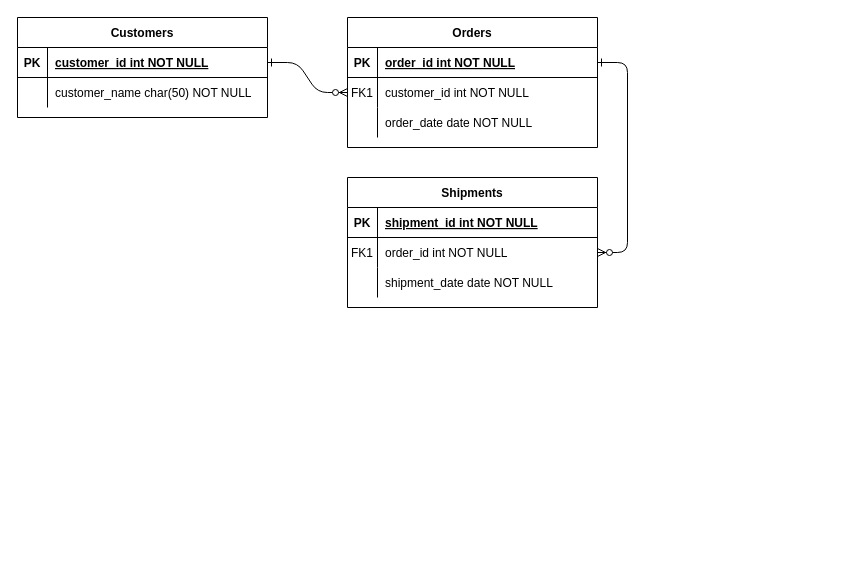
The draw.io diagram Untitled Diagram.drawio in rampatra/Algorithms-and-Data-Structures-in-Java, before the edit. Source tidied: cells renumbered, new cells numbered last; positions are measured from the earlier drawing's top-left corner, leaving out a move shared by most shapes. Both pictures are drawn from the tidied source at 100%, with x=0, y=0 at pixel (17, 17).
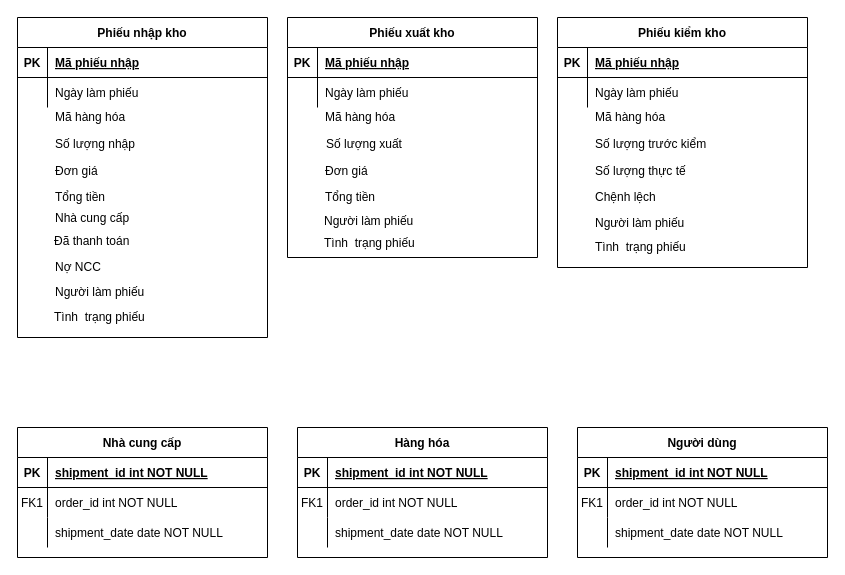
The same diagram, later.

Unchanged cells that the change refers to:
```xml
<mxCell id="18" style="shape=partialRectangle;fillColor=none;points=[[0,0.5],[1,0.5]];portConstraint=eastwest;top=0;left=0;right=0;bottom=0;" parent="14" vertex="1">
  <mxGeometry y="60" width="250" height="30" as="geometry" />
</mxCell>
<mxCell id="25" style="shape=partialRectangle;fillColor=none;points=[[0,0.5],[1,0.5]];portConstraint=eastwest;top=0;left=0;right=0;bottom=1;" parent="24" vertex="1">
  <mxGeometry y="30" width="250" height="30" as="geometry" />
</mxCell>
<mxCell id="28" style="shape=partialRectangle;fillColor=none;top=0;left=0;right=0;bottom=0;" parent="24" vertex="1">
  <mxGeometry y="60" width="250" height="30" as="geometry" />
</mxCell>
```

What changed in the source:
```diff
@@
-    <mxCell id="2" style="edgeStyle=entityRelationEdgeStyle;endArrow=ERzeroToMany;startArrow=ERone;endFill=1;startFill=0;" parent="1" edge="1" source="25" target="8">
-      <mxGeometry relative="1" as="geometry" />
-    </mxCell>
-    <mxCell id="3" style="edgeStyle=entityRelationEdgeStyle;endArrow=ERzeroToMany;startArrow=ERone;endFill=1;startFill=0;" parent="1" edge="1" source="5" target="18">
-      <mxGeometry relative="1" as="geometry" />
-    </mxCell>
-    <mxCell id="4" value="Orders" style="shape=table;startSize=30;childLayout=tableLayout;rowLines=0;fontStyle=1;align=center;" parent="1" vertex="1">
-      <mxGeometry x="330" width="250" height="130" as="geometry" />
-    </mxCell>
-    <mxCell id="5" style="shape=partialRectangle;fillColor=none;points=[[0,0.5],[1,0.5]];portConstraint=eastwest;top=0;left=0;right=0;bottom=1;" parent="4" vertex="1">
-      <mxGeometry y="30" width="250" height="30" as="geometry" />
-    </mxCell>
-    <mxCell id="6" value="PK" style="shape=partialRectangle;overflow=hidden;fillColor=none;top=0;left=0;bottom=0;right=0;fontStyle=1;" parent="5" vertex="1">
-      <mxGeometry width="30" height="30" as="geometry" />
-    </mxCell>
-    <mxCell id="7" value="order_id int NOT NULL " style="shape=partialRectangle;overflow=hidden;fillColor=none;top=0;left=0;bottom=0;right=0;align=left;spacingLeft=6;fontStyle=5;" parent="5" vertex="1">
-      <mxGeometry x="30" width="220" height="30" as="geometry" />
-    </mxCell>
-    <mxCell id="8" style="shape=partialRectangle;fillColor=none;points=[[0,0.5],[1,0.5]];portConstraint=eastwest;top=0;left=0;right=0;bottom=0;" parent="4" vertex="1">
-      <mxGeometry y="60" width="250" height="30" as="geometry" />
-    </mxCell>
-    <mxCell id="9" value="FK1" style="shape=partialRectangle;overflow=hidden;fillColor=none;top=0;left=0;bottom=0;right=0;" parent="8" vertex="1">
-      <mxGeometry width="30" height="30" as="geometry" />
-    </mxCell>
-    <mxCell id="10" value="customer_id int NOT NULL" style="shape=partialRectangle;overflow=hidden;fillColor=none;top=0;left=0;bottom=0;right=0;align=left;spacingLeft=6;" parent="8" vertex="1">
-      <mxGeometry x="30" width="220" height="30" as="geometry" />
-    </mxCell>
-    <mxCell id="11" style="shape=partialRectangle;fillColor=none;top=0;left=0;right=0;bottom=0;" parent="4" vertex="1">
-      <mxGeometry y="90" width="250" height="30" as="geometry" />
-    </mxCell>
-    <mxCell id="12" style="shape=partialRectangle;overflow=hidden;fillColor=none;top=0;left=0;bottom=0;right=0;" parent="11" vertex="1">
-      <mxGeometry width="30" height="30" as="geometry" />
-    </mxCell>
-    <mxCell id="13" value="order_date date NOT NULL" style="shape=partialRectangle;overflow=hidden;fillColor=none;top=0;left=0;bottom=0;right=0;align=left;spacingLeft=6;" parent="11" vertex="1">
-      <mxGeometry x="30" width="220" height="30" as="geometry" />
-    </mxCell>
-    <mxCell id="14" value="Shipments" style="shape=table;startSize=30;childLayout=tableLayout;rowLines=0;fontStyle=1;align=center;" parent="1" vertex="1">
-      <mxGeometry x="330" y="160" width="250" height="130" as="geometry" />
+    <mxCell id="14" value="Nhà cung cấp" style="shape=table;startSize=30;childLayout=tableLayout;rowLines=0;fontStyle=1;align=center;" parent="1" vertex="1">
+      <mxGeometry y="410" width="250" height="130" as="geometry" />
     </mxCell>
@@
-    <mxCell id="24" value="Customers" style="shape=table;startSize=30;childLayout=tableLayout;rowLines=0;fontStyle=1;align=center;" parent="1" vertex="1">
-      <mxGeometry width="250" height="100" as="geometry" />
+    <mxCell id="24" value="Phiếu nhập kho" style="shape=table;startSize=30;childLayout=tableLayout;rowLines=0;fontStyle=1;align=center;" parent="1" vertex="1">
+      <mxGeometry width="250" height="320" as="geometry" />
     </mxCell>
@@
-    <mxCell id="27" value="customer_id int NOT NULL " style="shape=partialRectangle;overflow=hidden;fillColor=none;top=0;left=0;bottom=0;right=0;align=left;spacingLeft=6;fontStyle=5;" parent="25" vertex="1">
+    <mxCell id="27" value="Mã phiếu nhập" style="shape=partialRectangle;overflow=hidden;fillColor=none;top=0;left=0;bottom=0;right=0;align=left;spacingLeft=6;fontStyle=5;" parent="25" vertex="1">
       <mxGeometry x="30" width="220" height="30" as="geometry" />
     </mxCell>
@@
-    <mxCell id="30" value="customer_name char(50) NOT NULL" style="shape=partialRectangle;overflow=hidden;fillColor=none;top=0;left=0;bottom=0;right=0;align=left;spacingLeft=6;" parent="28" vertex="1">
+    <mxCell id="30" value="Ngày làm phiếu" style="shape=partialRectangle;overflow=hidden;fillColor=none;top=0;left=0;bottom=0;right=0;align=left;spacingLeft=6;" parent="28" vertex="1">
       <mxGeometry x="30" width="220" height="30" as="geometry" />
     </mxCell>
+    <mxCell id="31" value="Mã hàng hóa" style="text;html=1;strokeColor=none;fillColor=none;align=left;verticalAlign=middle;whiteSpace=wrap;rounded=0;" parent="1" vertex="1">
+      <mxGeometry x="36" y="90" width="160" height="20" as="geometry" />
+    </mxCell>
+    <mxCell id="32" value="Số lượng nhập" style="text;html=1;strokeColor=none;fillColor=none;align=left;verticalAlign=middle;whiteSpace=wrap;rounded=0;" parent="1" vertex="1">
+      <mxGeometry x="36" y="117" width="160" height="20" as="geometry" />
+    </mxCell>
+    <mxCell id="33" value="Đơn giá" style="text;html=1;strokeColor=none;fillColor=none;align=left;verticalAlign=middle;whiteSpace=wrap;rounded=0;" parent="1" vertex="1">
+      <mxGeometry x="36" y="144" width="160" height="20" as="geometry" />
+    </mxCell>
+    <mxCell id="34" value="Tổng tiền" style="text;html=1;strokeColor=none;fillColor=none;align=left;verticalAlign=middle;whiteSpace=wrap;rounded=0;" parent="1" vertex="1">
+      <mxGeometry x="36" y="170" width="160" height="20" as="geometry" />
+    </mxCell>
+    <mxCell id="35" value="Nhà cung cấp" style="text;html=1;strokeColor=none;fillColor=none;align=left;verticalAlign=middle;whiteSpace=wrap;rounded=0;" parent="1" vertex="1">
+      <mxGeometry x="36" y="191" width="160" height="20" as="geometry" />
+    </mxCell>
+    <mxCell id="36" value="Đã thanh toán" style="text;html=1;strokeColor=none;fillColor=none;align=left;verticalAlign=middle;whiteSpace=wrap;rounded=0;" parent="1" vertex="1">
+      <mxGeometry x="35" y="214" width="125" height="20" as="geometry" />
+    </mxCell>
+    <mxCell id="37" value="Nợ NCC" style="text;html=1;strokeColor=none;fillColor=none;align=left;verticalAlign=middle;whiteSpace=wrap;rounded=0;" parent="1" vertex="1">
+      <mxGeometry x="36" y="240" width="114" height="20" as="geometry" />
+    </mxCell>
+    <mxCell id="38" value="Người làm phiếu" style="text;html=1;strokeColor=none;fillColor=none;align=left;verticalAlign=middle;whiteSpace=wrap;rounded=0;" parent="1" vertex="1">
+      <mxGeometry x="36" y="265" width="134" height="20" as="geometry" />
+    </mxCell>
+    <mxCell id="39" value="Phiếu xuất kho" style="shape=table;startSize=30;childLayout=tableLayout;rowLines=0;fontStyle=1;align=center;" parent="1" vertex="1">
+      <mxGeometry x="270" width="250" height="240" as="geometry" />
+    </mxCell>
+    <mxCell id="40" style="shape=partialRectangle;fillColor=none;top=0;left=0;right=0;bottom=1;" parent="39" vertex="1">
+      <mxGeometry y="30" width="250" height="30" as="geometry" />
+    </mxCell>
+    <mxCell id="41" value="PK" style="shape=partialRectangle;overflow=hidden;fillColor=none;top=0;left=0;bottom=0;right=0;fontStyle=1;" parent="40" vertex="1">
+      <mxGeometry width="30" height="30" as="geometry" />
+    </mxCell>
+    <mxCell id="42" value="Mã phiếu nhập" style="shape=partialRectangle;overflow=hidden;fillColor=none;top=0;left=0;bottom=0;right=0;align=left;spacingLeft=6;fontStyle=5;" parent="40" vertex="1">
+      <mxGeometry x="30" width="220" height="30" as="geometry" />
+    </mxCell>
+    <mxCell id="43" style="shape=partialRectangle;fillColor=none;top=0;left=0;right=0;bottom=0;" parent="39" vertex="1">
+      <mxGeometry y="60" width="250" height="30" as="geometry" />
+    </mxCell>
+    <mxCell id="44" style="shape=partialRectangle;overflow=hidden;fillColor=none;top=0;left=0;bottom=0;right=0;" parent="43" vertex="1">
+      <mxGeometry width="30" height="30" as="geometry" />
+    </mxCell>
+    <mxCell id="45" value="Ngày làm phiếu" style="shape=partialRectangle;overflow=hidden;fillColor=none;top=0;left=0;bottom=0;right=0;align=left;spacingLeft=6;" parent="43" vertex="1">
+      <mxGeometry x="30" width="220" height="30" as="geometry" />
+    </mxCell>
+    <mxCell id="46" value="Mã hàng hóa" style="text;html=1;strokeColor=none;fillColor=none;align=left;verticalAlign=middle;whiteSpace=wrap;rounded=0;" parent="1" vertex="1">
+      <mxGeometry x="306" y="90" width="160" height="20" as="geometry" />
+    </mxCell>
+    <mxCell id="47" value="Số lượng xuất" style="text;html=1;strokeColor=none;fillColor=none;align=left;verticalAlign=middle;whiteSpace=wrap;rounded=0;" parent="1" vertex="1">
+      <mxGeometry x="307" y="117" width="160" height="20" as="geometry" />
+    </mxCell>
+    <mxCell id="48" value="Đơn giá" style="text;html=1;strokeColor=none;fillColor=none;align=left;verticalAlign=middle;whiteSpace=wrap;rounded=0;" parent="1" vertex="1">
+      <mxGeometry x="306" y="144" width="160" height="20" as="geometry" />
+    </mxCell>
+    <mxCell id="49" value="Tổng tiền" style="text;html=1;strokeColor=none;fillColor=none;align=left;verticalAlign=middle;whiteSpace=wrap;rounded=0;" parent="1" vertex="1">
+      <mxGeometry x="306" y="170" width="160" height="20" as="geometry" />
+    </mxCell>
+    <mxCell id="50" value="Người làm phiếu" style="text;html=1;strokeColor=none;fillColor=none;align=left;verticalAlign=middle;whiteSpace=wrap;rounded=0;" parent="1" vertex="1">
+      <mxGeometry x="305" y="194" width="134" height="20" as="geometry" />
+    </mxCell>
+    <mxCell id="51" value="Phiếu kiểm kho" style="shape=table;startSize=30;childLayout=tableLayout;rowLines=0;fontStyle=1;align=center;" parent="1" vertex="1">
+      <mxGeometry x="540" width="250" height="250" as="geometry" />
+    </mxCell>
+    <mxCell id="52" style="shape=partialRectangle;fillColor=none;top=0;left=0;right=0;bottom=1;" parent="51" vertex="1">
+      <mxGeometry y="30" width="250" height="30" as="geometry" />
+    </mxCell>
+    <mxCell id="53" value="PK" style="shape=partialRectangle;overflow=hidden;fillColor=none;top=0;left=0;bottom=0;right=0;fontStyle=1;" parent="52" vertex="1">
+      <mxGeometry width="30" height="30" as="geometry" />
+    </mxCell>
+    <mxCell id="54" value="Mã phiếu nhập" style="shape=partialRectangle;overflow=hidden;fillColor=none;top=0;left=0;bottom=0;right=0;align=left;spacingLeft=6;fontStyle=5;" parent="52" vertex="1">
+      <mxGeometry x="30" width="220" height="30" as="geometry" />
+    </mxCell>
+    <mxCell id="55" style="shape=partialRectangle;fillColor=none;top=0;left=0;right=0;bottom=0;" parent="51" vertex="1">
+      <mxGeometry y="60" width="250" height="30" as="geometry" />
+    </mxCell>
+    <mxCell id="56" style="shape=partialRectangle;overflow=hidden;fillColor=none;top=0;left=0;bottom=0;right=0;" parent="55" vertex="1">
+      <mxGeometry width="30" height="30" as="geometry" />
+    </mxCell>
+    <mxCell id="57" value="Ngày làm phiếu" style="shape=partialRectangle;overflow=hidden;fillColor=none;top=0;left=0;bottom=0;right=0;align=left;spacingLeft=6;" parent="55" vertex="1">
+      <mxGeometry x="30" width="220" height="30" as="geometry" />
+    </mxCell>
+    <mxCell id="58" value="Mã hàng hóa" style="text;html=1;strokeColor=none;fillColor=none;align=left;verticalAlign=middle;whiteSpace=wrap;rounded=0;" parent="1" vertex="1">
+      <mxGeometry x="576" y="90" width="160" height="20" as="geometry" />
+    </mxCell>
+    <mxCell id="59" value="Số lượng trước kiểm" style="text;html=1;strokeColor=none;fillColor=none;align=left;verticalAlign=middle;whiteSpace=wrap;rounded=0;" parent="1" vertex="1">
+      <mxGeometry x="576" y="117" width="160" height="20" as="geometry" />
+    </mxCell>
+    <mxCell id="60" value="Số lượng thực tế" style="text;html=1;strokeColor=none;fillColor=none;align=left;verticalAlign=middle;whiteSpace=wrap;rounded=0;" parent="1" vertex="1">
+      <mxGeometry x="576" y="144" width="160" height="20" as="geometry" />
+    </mxCell>
+    <mxCell id="61" value="Chệnh lệch" style="text;html=1;strokeColor=none;fillColor=none;align=left;verticalAlign=middle;whiteSpace=wrap;rounded=0;" parent="1" vertex="1">
+      <mxGeometry x="576" y="170" width="160" height="20" as="geometry" />
+    </mxCell>
+    <mxCell id="62" value="Người làm phiếu" style="text;html=1;strokeColor=none;fillColor=none;align=left;verticalAlign=middle;whiteSpace=wrap;rounded=0;" parent="1" vertex="1">
+      <mxGeometry x="576" y="196" width="134" height="20" as="geometry" />
+    </mxCell>
+    <mxCell id="63" value="Tình&amp;nbsp; trạng phiếu" style="text;html=1;strokeColor=none;fillColor=none;align=left;verticalAlign=middle;whiteSpace=wrap;rounded=0;" parent="1" vertex="1">
+      <mxGeometry x="305" y="216" width="154" height="20" as="geometry" />
+    </mxCell>
+    <mxCell id="64" value="Tình&amp;nbsp; trạng phiếu" style="text;html=1;strokeColor=none;fillColor=none;align=left;verticalAlign=middle;whiteSpace=wrap;rounded=0;" parent="1" vertex="1">
+      <mxGeometry x="35" y="290" width="154" height="20" as="geometry" />
+    </mxCell>
+    <mxCell id="65" value="Tình&amp;nbsp; trạng phiếu" style="text;html=1;strokeColor=none;fillColor=none;align=left;verticalAlign=middle;whiteSpace=wrap;rounded=0;" parent="1" vertex="1">
+      <mxGeometry x="576" y="220" width="154" height="20" as="geometry" />
+    </mxCell>
+    <mxCell id="66" value="Hàng hóa" style="shape=table;startSize=30;childLayout=tableLayout;rowLines=0;fontStyle=1;align=center;" parent="1" vertex="1">
+      <mxGeometry x="280" y="410" width="250" height="130" as="geometry" />
+    </mxCell>
+    <mxCell id="67" style="shape=partialRectangle;fillColor=none;top=0;left=0;right=0;bottom=1;" parent="66" vertex="1">
+      <mxGeometry y="30" width="250" height="30" as="geometry" />
+    </mxCell>
+    <mxCell id="68" value="PK" style="shape=partialRectangle;overflow=hidden;fillColor=none;top=0;left=0;bottom=0;right=0;fontStyle=1;" parent="67" vertex="1">
+      <mxGeometry width="30" height="30" as="geometry" />
+    </mxCell>
+    <mxCell id="69" value="shipment_id int NOT NULL " style="shape=partialRectangle;overflow=hidden;fillColor=none;top=0;left=0;bottom=0;right=0;align=left;spacingLeft=6;fontStyle=5;" parent="67" vertex="1">
+      <mxGeometry x="30" width="220" height="30" as="geometry" />
+    </mxCell>
+    <mxCell id="70" style="shape=partialRectangle;fillColor=none;top=0;left=0;right=0;bottom=0;" parent="66" vertex="1">
+      <mxGeometry y="60" width="250" height="30" as="geometry" />
+    </mxCell>
+    <mxCell id="71" value="FK1" style="shape=partialRectangle;overflow=hidden;fillColor=none;top=0;left=0;bottom=0;right=0;" parent="70" vertex="1">
+      <mxGeometry width="30" height="30" as="geometry" />
+    </mxCell>
+    <mxCell id="72" value="order_id int NOT NULL" style="shape=partialRectangle;overflow=hidden;fillColor=none;top=0;left=0;bottom=0;right=0;align=left;spacingLeft=6;" parent="70" vertex="1">
+      <mxGeometry x="30" width="220" height="30" as="geometry" />
+    </mxCell>
+    <mxCell id="73" style="shape=partialRectangle;fillColor=none;top=0;left=0;right=0;bottom=0;" parent="66" vertex="1">
+      <mxGeometry y="90" width="250" height="30" as="geometry" />
+    </mxCell>
+    <mxCell id="74" style="shape=partialRectangle;overflow=hidden;fillColor=none;top=0;left=0;bottom=0;right=0;" parent="73" vertex="1">
+      <mxGeometry width="30" height="30" as="geometry" />
+    </mxCell>
+    <mxCell id="75" value="shipment_date date NOT NULL" style="shape=partialRectangle;overflow=hidden;fillColor=none;top=0;left=0;bottom=0;right=0;align=left;spacingLeft=6;" parent="73" vertex="1">
+      <mxGeometry x="30" width="220" height="30" as="geometry" />
+    </mxCell>
+    <mxCell id="76" value="Người dùng" style="shape=table;startSize=30;childLayout=tableLayout;rowLines=0;fontStyle=1;align=center;" parent="1" vertex="1">
+      <mxGeometry x="560" y="410" width="250" height="130" as="geometry" />
+    </mxCell>
+    <mxCell id="77" style="shape=partialRectangle;fillColor=none;top=0;left=0;right=0;bottom=1;" parent="76" vertex="1">
+      <mxGeometry y="30" width="250" height="30" as="geometry" />
+    </mxCell>
+    <mxCell id="78" value="PK" style="shape=partialRectangle;overflow=hidden;fillColor=none;top=0;left=0;bottom=0;right=0;fontStyle=1;" parent="77" vertex="1">
+      <mxGeometry width="30" height="30" as="geometry" />
+    </mxCell>
+    <mxCell id="79" value="shipment_id int NOT NULL " style="shape=partialRectangle;overflow=hidden;fillColor=none;top=0;left=0;bottom=0;right=0;align=left;spacingLeft=6;fontStyle=5;" parent="77" vertex="1">
+      <mxGeometry x="30" width="220" height="30" as="geometry" />
+    </mxCell>
+    <mxCell id="80" style="shape=partialRectangle;fillColor=none;top=0;left=0;right=0;bottom=0;" parent="76" vertex="1">
+      <mxGeometry y="60" width="250" height="30" as="geometry" />
+    </mxCell>
+    <mxCell id="81" value="FK1" style="shape=partialRectangle;overflow=hidden;fillColor=none;top=0;left=0;bottom=0;right=0;" parent="80" vertex="1">
+      <mxGeometry width="30" height="30" as="geometry" />
+    </mxCell>
+    <mxCell id="82" value="order_id int NOT NULL" style="shape=partialRectangle;overflow=hidden;fillColor=none;top=0;left=0;bottom=0;right=0;align=left;spacingLeft=6;" parent="80" vertex="1">
+      <mxGeometry x="30" width="220" height="30" as="geometry" />
+    </mxCell>
+    <mxCell id="83" style="shape=partialRectangle;fillColor=none;top=0;left=0;right=0;bottom=0;" parent="76" vertex="1">
+      <mxGeometry y="90" width="250" height="30" as="geometry" />
+    </mxCell>
+    <mxCell id="84" style="shape=partialRectangle;overflow=hidden;fillColor=none;top=0;left=0;bottom=0;right=0;" parent="83" vertex="1">
+      <mxGeometry width="30" height="30" as="geometry" />
+    </mxCell>
+    <mxCell id="85" value="shipment_date date NOT NULL" style="shape=partialRectangle;overflow=hidden;fillColor=none;top=0;left=0;bottom=0;right=0;align=left;spacingLeft=6;" parent="83" vertex="1">
+      <mxGeometry x="30" width="220" height="30" as="geometry" />
+    </mxCell>
```
